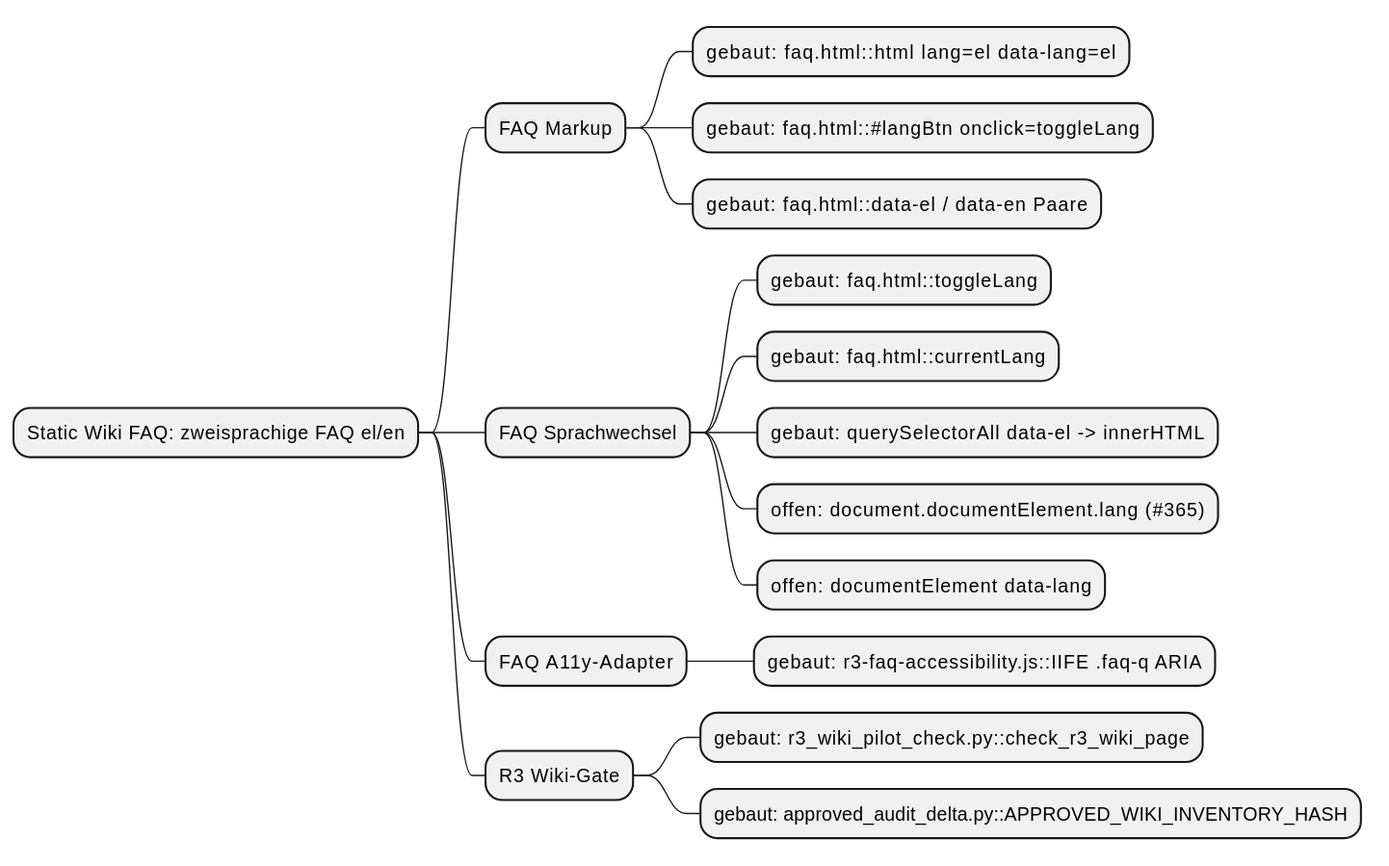
This is docs/architecture/faq-lang-mindmap.svg from NeaBouli/pnyx, a PlantUML export, as it was before one commit.
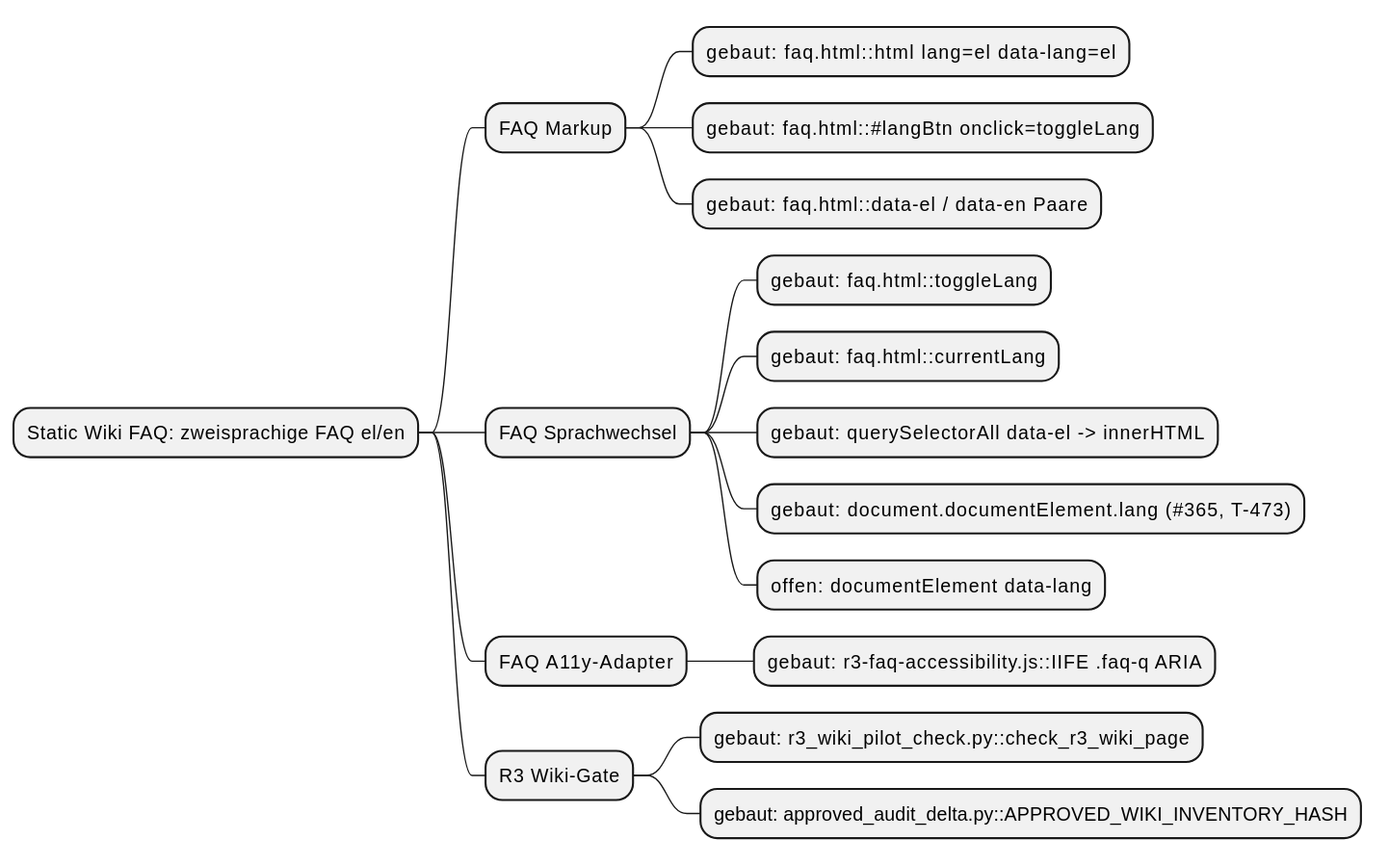
The same diagram one commit later.

What changed in the source:
```diff
@@ -9,7 +9,7 @@
 *** gebaut: faq.html::toggleLang
 *** gebaut: faq.html::currentLang
 *** gebaut: querySelectorAll data-el -> innerHTML
-*** offen: document.documentElement.lang (#365)
+*** gebaut: document.documentElement.lang (#365, T-473)
 *** offen: documentElement data-lang
 ** FAQ A11y-Adapter
 *** gebaut: r3-faq-accessibility.js::IIFE .faq-q ARIA
```
